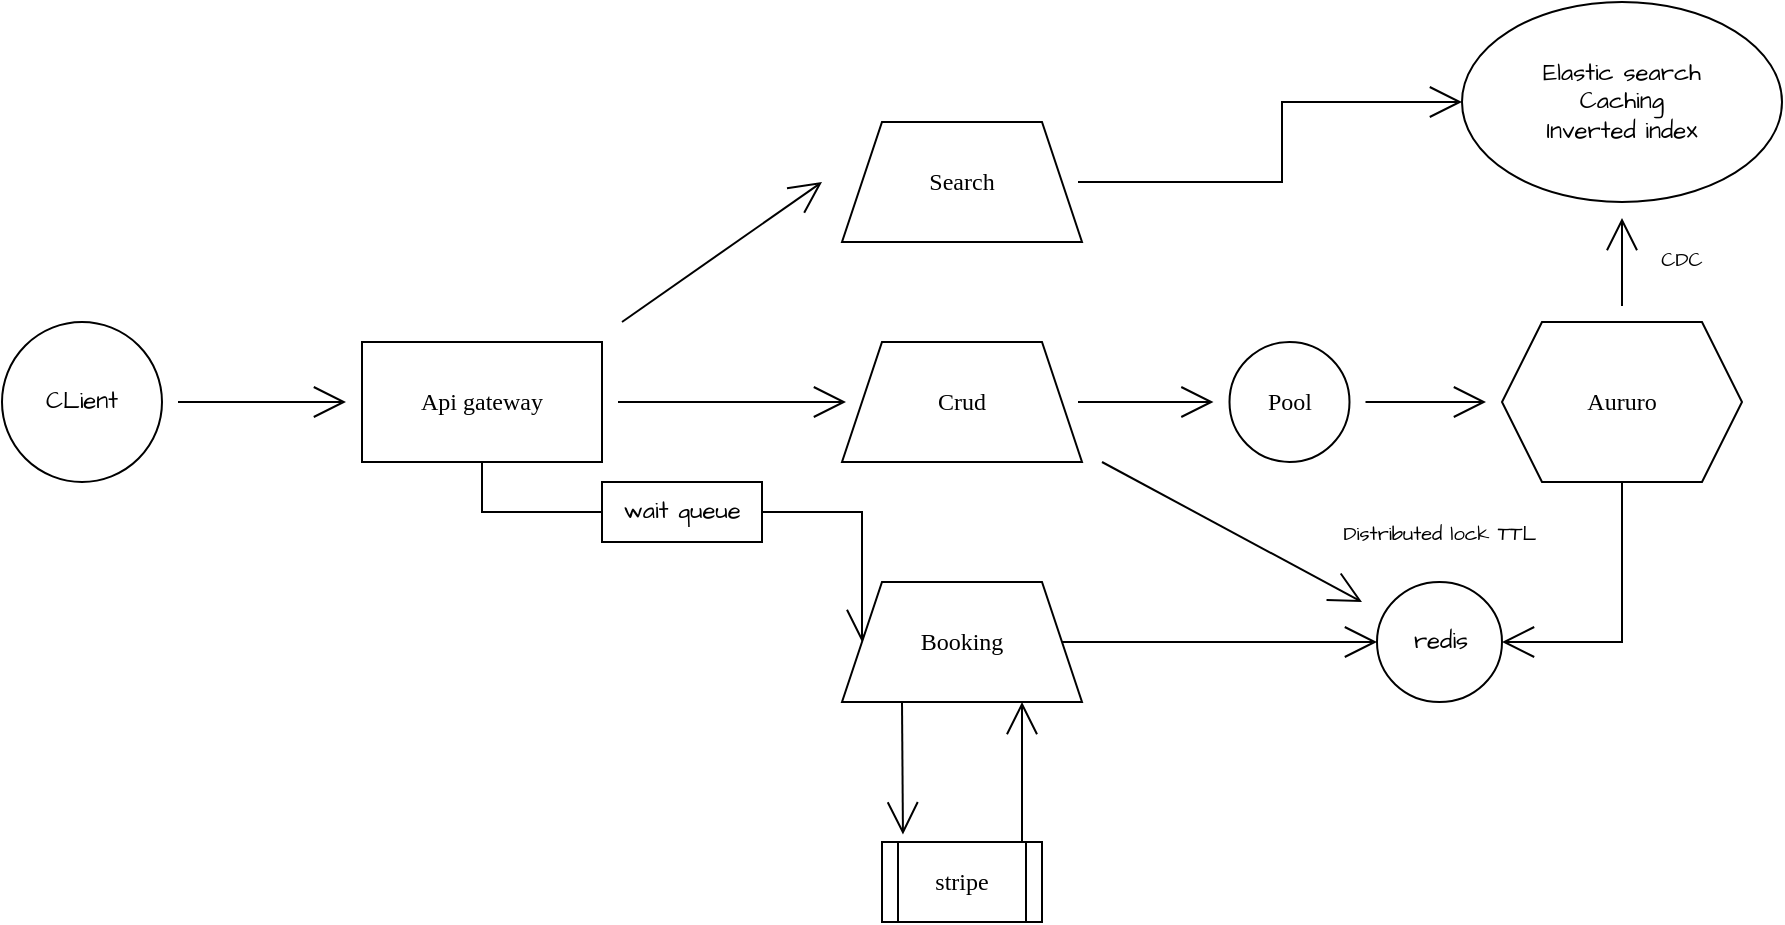
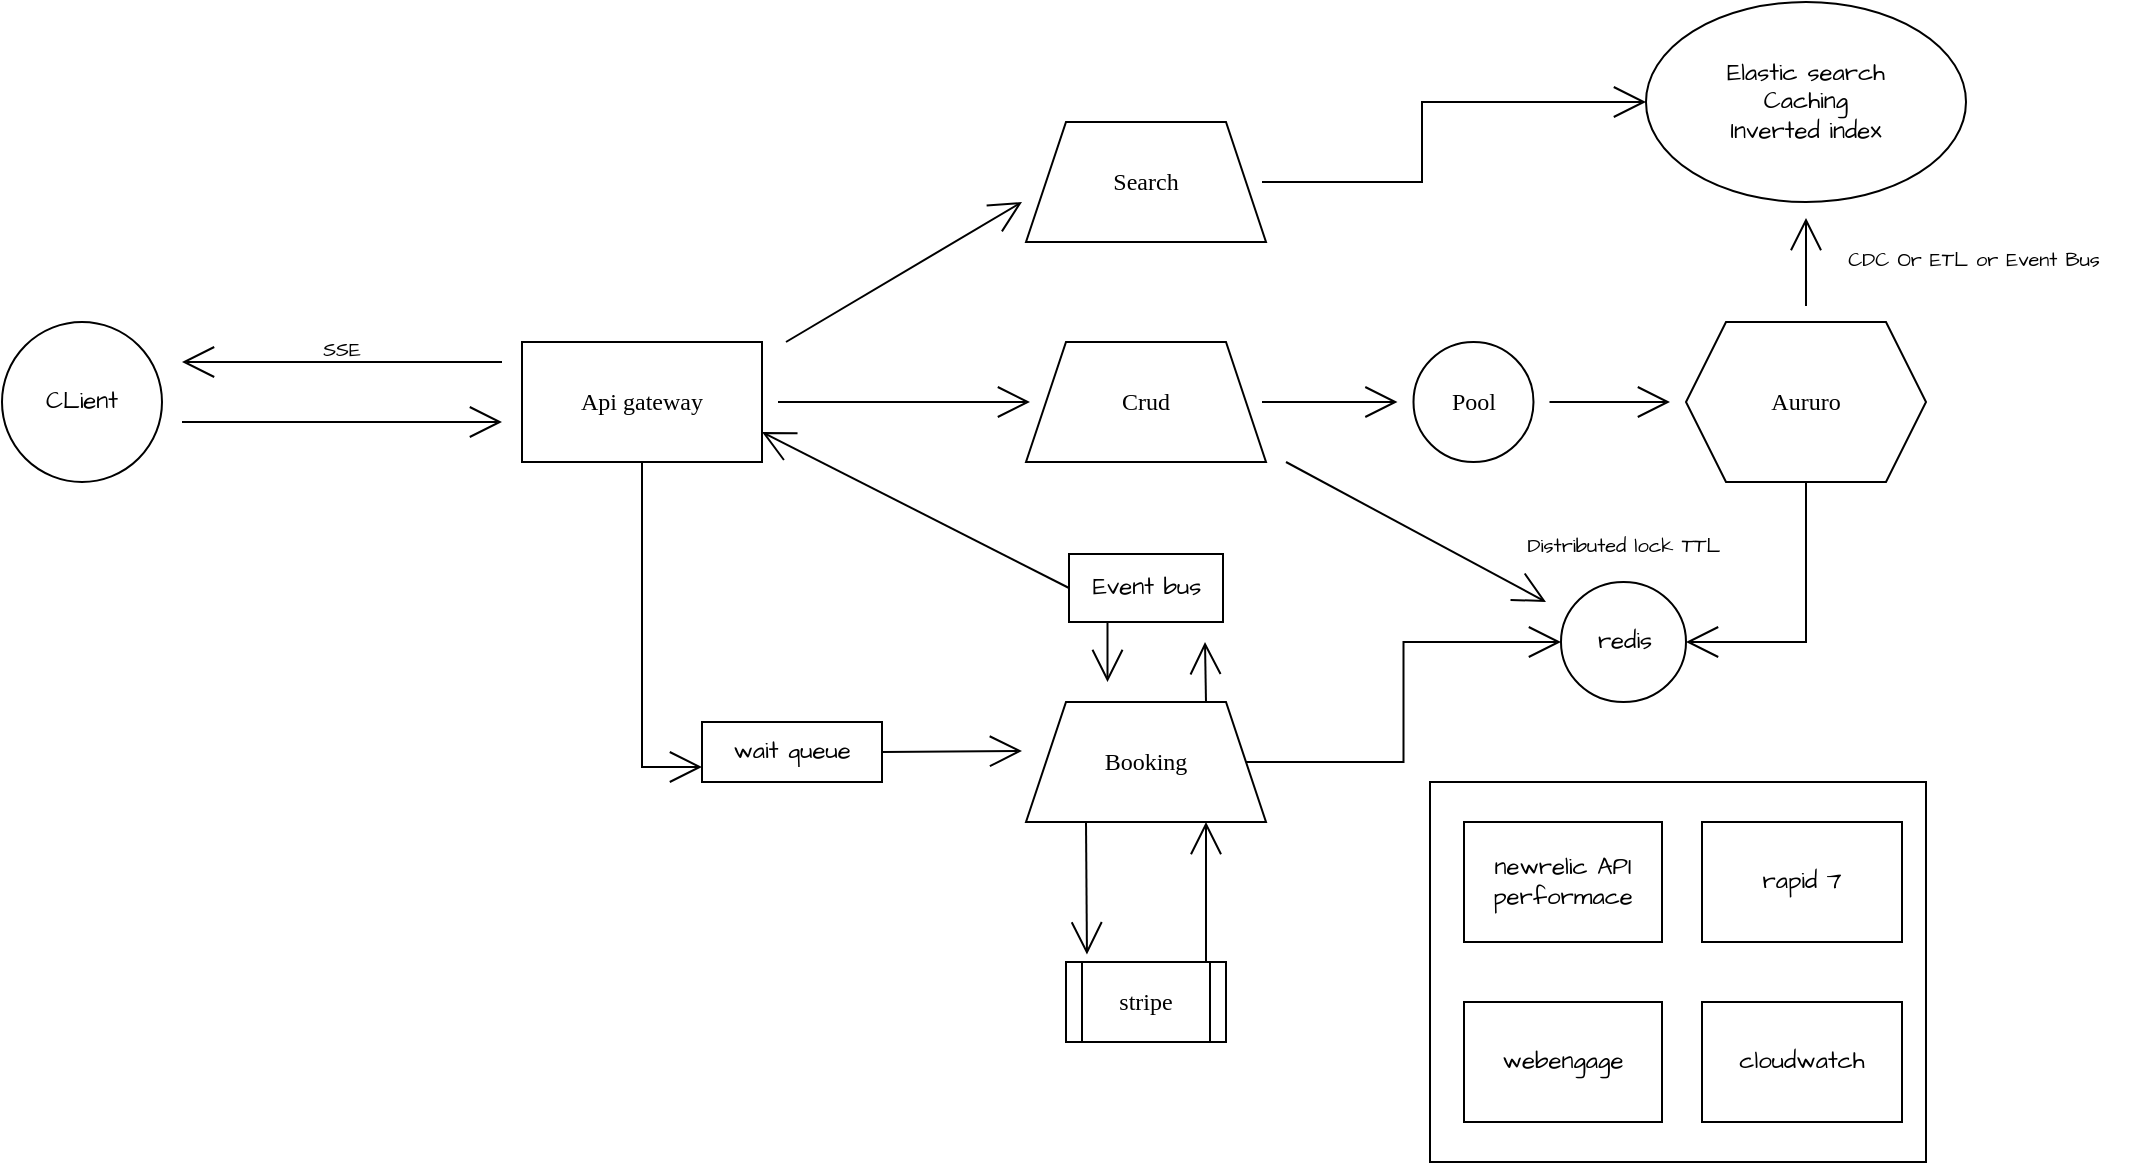
<mxfile host="app.diagrams.net" agent="5.0 (Windows NT 10.0; Win64; x64) AppleWebKit/537.36 (KHTML, like Gecko) Chrome/96.0.4664.93 Safari/537.36">
  <diagram id="Ht1M8jgEwFfnCIfOTk4-" name="Page-1">
    <mxGraphModel dx="1506" dy="688" grid="1" gridSize="10" guides="1" tooltips="1" connect="1" arrows="1" fold="1" page="1" pageScale="1" pageWidth="1169" pageHeight="827" math="0" shadow="0">
      <root>
        <mxCell id="0" />
        <mxCell id="1" parent="0" />
        <mxCell id="67bCBKCydI8KBQZZ1gRH-11" edge="1" parent="1" source="67bCBKCydI8KBQZZ1gRH-1" style="edgeStyle=none;curved=1;rounded=0;orthogonalLoop=1;jettySize=auto;html=1;fontFamily=Verdana;fontSize=16;startSize=14;endArrow=open;endSize=14;sourcePerimeterSpacing=8;targetPerimeterSpacing=8;" target="67bCBKCydI8KBQZZ1gRH-3" value="">
          <mxGeometry relative="1" as="geometry" />
        </mxCell>
-         <mxCell id="67bCBKCydI8KBQZZ1gRH-25" edge="1" parent="1" source="67bCBKCydI8KBQZZ1gRH-1" style="edgeStyle=orthogonalEdgeStyle;rounded=0;orthogonalLoop=1;jettySize=auto;html=1;exitX=0.5;exitY=1;exitDx=0;exitDy=0;entryX=0;entryY=0.5;entryDx=0;entryDy=0;fontFamily=Architects Daughter;fontSource=https%3A%2F%2Ffonts.googleapis.com%2Fcss%3Ffamily%3DArchitects%2BDaughter;fontSize=16;startSize=14;endArrow=open;endSize=14;sourcePerimeterSpacing=8;targetPerimeterSpacing=8;" target="67bCBKCydI8KBQZZ1gRH-4">
+         <mxCell id="67bCBKCydI8KBQZZ1gRH-68" edge="1" parent="1" source="67bCBKCydI8KBQZZ1gRH-1" style="edgeStyle=orthogonalEdgeStyle;rounded=0;orthogonalLoop=1;jettySize=auto;html=1;exitX=0.5;exitY=1;exitDx=0;exitDy=0;entryX=0;entryY=0.75;entryDx=0;entryDy=0;fontFamily=Architects Daughter;fontSource=https%3A%2F%2Ffonts.googleapis.com%2Fcss%3Ffamily%3DArchitects%2BDaughter;fontSize=16;startSize=14;endArrow=open;endSize=14;sourcePerimeterSpacing=8;targetPerimeterSpacing=8;" target="67bCBKCydI8KBQZZ1gRH-21">
          <mxGeometry relative="1" as="geometry" />
        </mxCell>
        <mxCell id="67bCBKCydI8KBQZZ1gRH-1" parent="1" style="rounded=0;whiteSpace=wrap;html=1;fontFamily=Verdana;" value="Api gateway" vertex="1">
-           <mxGeometry height="60" width="120" x="220" y="330" as="geometry" />
+           <mxGeometry height="60" width="120" x="330" y="330" as="geometry" />
        </mxCell>
        <mxCell id="67bCBKCydI8KBQZZ1gRH-30" edge="1" parent="1" source="67bCBKCydI8KBQZZ1gRH-2" style="edgeStyle=orthogonalEdgeStyle;rounded=0;orthogonalLoop=1;jettySize=auto;html=1;entryX=0;entryY=0.5;entryDx=0;entryDy=0;fontFamily=Architects Daughter;fontSource=https%3A%2F%2Ffonts.googleapis.com%2Fcss%3Ffamily%3DArchitects%2BDaughter;fontSize=16;startSize=14;endArrow=open;endSize=14;sourcePerimeterSpacing=8;targetPerimeterSpacing=8;" target="67bCBKCydI8KBQZZ1gRH-27">
          <mxGeometry relative="1" as="geometry">
            <Array as="points">
-               <mxPoint x="680" y="250" />
-               <mxPoint x="680" y="210" />
+               <mxPoint x="780" y="250" />
+               <mxPoint x="780" y="210" />
            </Array>
          </mxGeometry>
        </mxCell>
        <mxCell id="67bCBKCydI8KBQZZ1gRH-2" parent="1" style="shape=trapezoid;perimeter=trapezoidPerimeter;whiteSpace=wrap;html=1;fixedSize=1;fontFamily=Verdana;" value="Search" vertex="1">
-           <mxGeometry height="60" width="120" x="460" y="220" as="geometry" />
+           <mxGeometry height="60" width="120" x="582" y="220" as="geometry" />
        </mxCell>
        <mxCell id="67bCBKCydI8KBQZZ1gRH-14" edge="1" parent="1" source="67bCBKCydI8KBQZZ1gRH-15" style="edgeStyle=none;curved=1;rounded=0;orthogonalLoop=1;jettySize=auto;html=1;fontFamily=Verdana;fontSize=16;startSize=14;endArrow=open;endSize=14;sourcePerimeterSpacing=8;targetPerimeterSpacing=8;" target="67bCBKCydI8KBQZZ1gRH-13" value="">
          <mxGeometry relative="1" as="geometry" />
        </mxCell>
        <mxCell id="67bCBKCydI8KBQZZ1gRH-36" edge="1" parent="1" style="edgeStyle=none;curved=1;rounded=0;orthogonalLoop=1;jettySize=auto;html=1;fontFamily=Architects Daughter;fontSource=https%3A%2F%2Ffonts.googleapis.com%2Fcss%3Ffamily%3DArchitects%2BDaughter;fontSize=16;startSize=14;endArrow=open;endSize=14;sourcePerimeterSpacing=8;targetPerimeterSpacing=8;">
          <mxGeometry relative="1" as="geometry">
-             <mxPoint x="590" y="390" as="sourcePoint" />
-             <mxPoint x="720" y="460" as="targetPoint" />
+             <mxPoint x="712" y="390" as="sourcePoint" />
+             <mxPoint x="842" y="460" as="targetPoint" />
          </mxGeometry>
        </mxCell>
        <mxCell id="67bCBKCydI8KBQZZ1gRH-3" parent="1" style="shape=trapezoid;perimeter=trapezoidPerimeter;whiteSpace=wrap;html=1;fixedSize=1;fontFamily=Verdana;" value="Crud" vertex="1">
-           <mxGeometry height="60" width="120" x="460" y="330" as="geometry" />
+           <mxGeometry height="60" width="120" x="582" y="330" as="geometry" />
        </mxCell>
-         <mxCell id="67bCBKCydI8KBQZZ1gRH-38" edge="1" parent="1" source="67bCBKCydI8KBQZZ1gRH-4" style="edgeStyle=none;curved=1;rounded=0;orthogonalLoop=1;jettySize=auto;html=1;exitX=1;exitY=0.5;exitDx=0;exitDy=0;entryX=0;entryY=0.5;entryDx=0;entryDy=0;fontFamily=Architects Daughter;fontSource=https%3A%2F%2Ffonts.googleapis.com%2Fcss%3Ffamily%3DArchitects%2BDaughter;fontSize=16;startSize=14;endArrow=open;endSize=14;sourcePerimeterSpacing=8;targetPerimeterSpacing=8;" target="67bCBKCydI8KBQZZ1gRH-18">
+         <mxCell id="67bCBKCydI8KBQZZ1gRH-38" edge="1" parent="1" source="67bCBKCydI8KBQZZ1gRH-4" style="edgeStyle=orthogonalEdgeStyle;rounded=0;orthogonalLoop=1;jettySize=auto;html=1;exitX=1;exitY=0.5;exitDx=0;exitDy=0;entryX=0;entryY=0.5;entryDx=0;entryDy=0;fontFamily=Architects Daughter;fontSource=https%3A%2F%2Ffonts.googleapis.com%2Fcss%3Ffamily%3DArchitects%2BDaughter;fontSize=16;startSize=14;endArrow=open;endSize=14;sourcePerimeterSpacing=8;targetPerimeterSpacing=8;" target="67bCBKCydI8KBQZZ1gRH-18">
          <mxGeometry relative="1" as="geometry" />
        </mxCell>
+         <mxCell id="67bCBKCydI8KBQZZ1gRH-72" edge="1" parent="1" source="67bCBKCydI8KBQZZ1gRH-4" style="edgeStyle=none;curved=1;rounded=0;orthogonalLoop=1;jettySize=auto;html=1;exitX=0.75;exitY=0;exitDx=0;exitDy=0;fontFamily=Architects Daughter;fontSource=https%3A%2F%2Ffonts.googleapis.com%2Fcss%3Ffamily%3DArchitects%2BDaughter;fontSize=16;startSize=14;endArrow=open;endSize=14;sourcePerimeterSpacing=8;targetPerimeterSpacing=8;">
+           <mxGeometry relative="1" as="geometry">
+             <mxPoint x="671.5" y="480" as="targetPoint" />
+           </mxGeometry>
+         </mxCell>
        <mxCell id="67bCBKCydI8KBQZZ1gRH-4" parent="1" style="shape=trapezoid;perimeter=trapezoidPerimeter;whiteSpace=wrap;html=1;fixedSize=1;fontFamily=Verdana;" value="Booking" vertex="1">
-           <mxGeometry height="60" width="120" x="460" y="450" as="geometry" />
+           <mxGeometry height="60" width="120" x="582" y="510" as="geometry" />
        </mxCell>
        <mxCell id="67bCBKCydI8KBQZZ1gRH-5" parent="1" style="shape=process;whiteSpace=wrap;html=1;backgroundOutline=1;fontFamily=Verdana;" value="stripe" vertex="1">
-           <mxGeometry height="40" width="80" x="480" y="580" as="geometry" />
+           <mxGeometry height="40" width="80" x="602" y="640" as="geometry" />
        </mxCell>
        <mxCell id="67bCBKCydI8KBQZZ1gRH-7" edge="1" parent="1" source="67bCBKCydI8KBQZZ1gRH-4" style="edgeStyle=none;curved=1;rounded=0;orthogonalLoop=1;jettySize=auto;html=1;exitX=0.25;exitY=1;exitDx=0;exitDy=0;entryX=0.131;entryY=-0.095;entryDx=0;entryDy=0;entryPerimeter=0;fontFamily=Verdana;fontSize=16;startSize=14;endArrow=open;endSize=14;sourcePerimeterSpacing=8;targetPerimeterSpacing=8;" target="67bCBKCydI8KBQZZ1gRH-5">
          <mxGeometry relative="1" as="geometry" />
        </mxCell>
        <mxCell id="67bCBKCydI8KBQZZ1gRH-8" edge="1" parent="1" style="edgeStyle=none;curved=1;rounded=0;orthogonalLoop=1;jettySize=auto;html=1;entryX=0.75;entryY=1;entryDx=0;entryDy=0;fontFamily=Verdana;fontSize=16;startSize=14;endArrow=open;endSize=14;sourcePerimeterSpacing=8;targetPerimeterSpacing=8;" target="67bCBKCydI8KBQZZ1gRH-4">
          <mxGeometry relative="1" as="geometry">
-             <mxPoint x="550" y="580" as="sourcePoint" />
+             <mxPoint x="672" y="640" as="sourcePoint" />
          </mxGeometry>
        </mxCell>
        <mxCell id="67bCBKCydI8KBQZZ1gRH-28" edge="1" parent="1" source="67bCBKCydI8KBQZZ1gRH-13" style="edgeStyle=none;curved=1;rounded=0;orthogonalLoop=1;jettySize=auto;html=1;fontFamily=Architects Daughter;fontSource=https%3A%2F%2Ffonts.googleapis.com%2Fcss%3Ffamily%3DArchitects%2BDaughter;fontSize=16;startSize=14;endArrow=open;endSize=14;sourcePerimeterSpacing=8;targetPerimeterSpacing=8;" target="67bCBKCydI8KBQZZ1gRH-27" value="">
          <mxGeometry relative="1" as="geometry" />
        </mxCell>
        <mxCell id="67bCBKCydI8KBQZZ1gRH-35" edge="1" parent="1" source="67bCBKCydI8KBQZZ1gRH-13" style="edgeStyle=orthogonalEdgeStyle;rounded=0;orthogonalLoop=1;jettySize=auto;html=1;exitX=0.5;exitY=1;exitDx=0;exitDy=0;entryX=1;entryY=0.5;entryDx=0;entryDy=0;fontFamily=Architects Daughter;fontSource=https%3A%2F%2Ffonts.googleapis.com%2Fcss%3Ffamily%3DArchitects%2BDaughter;fontSize=16;startSize=14;endArrow=open;endSize=14;sourcePerimeterSpacing=8;targetPerimeterSpacing=8;" target="67bCBKCydI8KBQZZ1gRH-18">
          <mxGeometry relative="1" as="geometry" />
        </mxCell>
        <mxCell id="67bCBKCydI8KBQZZ1gRH-13" parent="1" style="shape=hexagon;perimeter=hexagonPerimeter2;whiteSpace=wrap;html=1;fixedSize=1;fontFamily=Verdana;" value="Aururo" vertex="1">
-           <mxGeometry height="80" width="120" x="790" y="320" as="geometry" />
+           <mxGeometry height="80" width="120" x="912" y="320" as="geometry" />
        </mxCell>
        <mxCell id="67bCBKCydI8KBQZZ1gRH-16" edge="1" parent="1" source="67bCBKCydI8KBQZZ1gRH-3" style="edgeStyle=none;curved=1;rounded=0;orthogonalLoop=1;jettySize=auto;html=1;fontFamily=Verdana;fontSize=16;startSize=14;endArrow=open;endSize=14;sourcePerimeterSpacing=8;targetPerimeterSpacing=8;" target="67bCBKCydI8KBQZZ1gRH-15" value="">
          <mxGeometry relative="1" as="geometry">
-             <mxPoint x="578" y="360" as="sourcePoint" />
-             <mxPoint x="782" y="360" as="targetPoint" />
+             <mxPoint x="700" y="360" as="sourcePoint" />
+             <mxPoint x="904" y="360" as="targetPoint" />
          </mxGeometry>
        </mxCell>
        <mxCell id="67bCBKCydI8KBQZZ1gRH-15" parent="1" style="ellipse;whiteSpace=wrap;html=1;fontFamily=Verdana;" value="Pool" vertex="1">
-           <mxGeometry height="60" width="60" x="653.75" y="330" as="geometry" />
+           <mxGeometry height="60" width="60" x="775.75" y="330" as="geometry" />
        </mxCell>
        <mxCell id="67bCBKCydI8KBQZZ1gRH-18" parent="1" style="ellipse;whiteSpace=wrap;html=1;fontFamily=Architects Daughter;fontSource=https%3A%2F%2Ffonts.googleapis.com%2Fcss%3Ffamily%3DArchitects%2BDaughter;" value="redis" vertex="1">
-           <mxGeometry height="60" width="62.5" x="727.5" y="450" as="geometry" />
+           <mxGeometry height="60" width="62.5" x="849.5" y="450" as="geometry" />
        </mxCell>
        <mxCell id="67bCBKCydI8KBQZZ1gRH-20" parent="1" style="text;html=1;whiteSpace=wrap;strokeColor=none;fillColor=none;align=center;verticalAlign=middle;rounded=0;fontSize=20;fontFamily=Architects Daughter;fontSource=https%3A%2F%2Ffonts.googleapis.com%2Fcss%3Ffamily%3DArchitects%2BDaughter;" value="&lt;font style=&quot;font-size: 10px;&quot;&gt;Distributed lock TTL&lt;/font&gt;" vertex="1">
-           <mxGeometry height="16" width="116.25" x="700.63" y="414" as="geometry" />
+           <mxGeometry height="16" width="116.25" x="822.62" y="420" as="geometry" />
+         </mxCell>
+         <mxCell id="67bCBKCydI8KBQZZ1gRH-69" edge="1" parent="1" source="67bCBKCydI8KBQZZ1gRH-21" style="edgeStyle=none;curved=1;rounded=0;orthogonalLoop=1;jettySize=auto;html=1;exitX=1;exitY=0.5;exitDx=0;exitDy=0;fontFamily=Architects Daughter;fontSource=https%3A%2F%2Ffonts.googleapis.com%2Fcss%3Ffamily%3DArchitects%2BDaughter;fontSize=16;startSize=14;endArrow=open;endSize=14;sourcePerimeterSpacing=8;targetPerimeterSpacing=8;">
+           <mxGeometry relative="1" as="geometry">
+             <mxPoint x="580" y="534.5" as="targetPoint" />
+           </mxGeometry>
        </mxCell>
        <mxCell id="67bCBKCydI8KBQZZ1gRH-21" parent="1" style="rounded=0;whiteSpace=wrap;html=1;fontFamily=Architects Daughter;fontSource=https%3A%2F%2Ffonts.googleapis.com%2Fcss%3Ffamily%3DArchitects%2BDaughter;" value="wait queue" vertex="1">
-           <mxGeometry height="30" width="80" x="340" y="400" as="geometry" />
+           <mxGeometry height="30" width="90" x="420" y="520" as="geometry" />
        </mxCell>
        <mxCell id="67bCBKCydI8KBQZZ1gRH-27" parent="1" style="ellipse;whiteSpace=wrap;html=1;fontFamily=Architects Daughter;fontSource=https%3A%2F%2Ffonts.googleapis.com%2Fcss%3Ffamily%3DArchitects%2BDaughter;" value="Elastic search&lt;br&gt;Caching&lt;br&gt;Inverted index" vertex="1">
-           <mxGeometry height="100" width="160" x="770" y="160" as="geometry" />
+           <mxGeometry height="100" width="160" x="892" y="160" as="geometry" />
        </mxCell>
-         <mxCell id="67bCBKCydI8KBQZZ1gRH-29" parent="1" style="text;html=1;whiteSpace=wrap;strokeColor=none;fillColor=none;align=center;verticalAlign=middle;rounded=0;fontSize=20;fontFamily=Architects Daughter;fontSource=https%3A%2F%2Ffonts.googleapis.com%2Fcss%3Ffamily%3DArchitects%2BDaughter;" value="&lt;font style=&quot;font-size: 10px;&quot;&gt;CDC&lt;/font&gt;" vertex="1">
-           <mxGeometry height="30" width="60" x="850" y="270" as="geometry" />
+         <mxCell id="67bCBKCydI8KBQZZ1gRH-29" parent="1" style="text;html=1;whiteSpace=wrap;strokeColor=none;fillColor=none;align=center;verticalAlign=middle;rounded=0;fontSize=20;fontFamily=Architects Daughter;fontSource=https%3A%2F%2Ffonts.googleapis.com%2Fcss%3Ffamily%3DArchitects%2BDaughter;" value="&lt;font style=&quot;font-size: 10px;&quot;&gt;CDC Or ETL or Event Bus&lt;/font&gt;" vertex="1">
+           <mxGeometry height="30" width="168" x="972" y="270" as="geometry" />
        </mxCell>
        <mxCell id="67bCBKCydI8KBQZZ1gRH-34" edge="1" parent="1" style="edgeStyle=none;curved=1;rounded=0;orthogonalLoop=1;jettySize=auto;html=1;fontFamily=Verdana;fontSize=16;startSize=14;endArrow=open;endSize=14;sourcePerimeterSpacing=8;targetPerimeterSpacing=8;" value="">
          <mxGeometry relative="1" as="geometry">
-             <mxPoint x="350" y="320" as="sourcePoint" />
-             <mxPoint x="450" y="250" as="targetPoint" />
+             <mxPoint x="462" y="330" as="sourcePoint" />
+             <mxPoint x="580" y="260" as="targetPoint" />
          </mxGeometry>
        </mxCell>
-         <mxCell id="67bCBKCydI8KBQZZ1gRH-40" edge="1" parent="1" source="67bCBKCydI8KBQZZ1gRH-39" style="edgeStyle=none;curved=1;rounded=0;orthogonalLoop=1;jettySize=auto;html=1;fontFamily=Architects Daughter;fontSource=https%3A%2F%2Ffonts.googleapis.com%2Fcss%3Ffamily%3DArchitects%2BDaughter;fontSize=16;startSize=14;endArrow=open;endSize=14;sourcePerimeterSpacing=8;targetPerimeterSpacing=8;" target="67bCBKCydI8KBQZZ1gRH-1" value="">
+         <mxCell id="67bCBKCydI8KBQZZ1gRH-39" parent="1" style="ellipse;whiteSpace=wrap;html=1;fontFamily=Architects Daughter;fontSource=https%3A%2F%2Ffonts.googleapis.com%2Fcss%3Ffamily%3DArchitects%2BDaughter;" value="CLient" vertex="1">
+           <mxGeometry height="80" width="80" x="70" y="320" as="geometry" />
+         </mxCell>
+         <mxCell id="67bCBKCydI8KBQZZ1gRH-46" edge="1" parent="1" style="edgeStyle=none;orthogonalLoop=1;jettySize=auto;html=1;rounded=0;fontFamily=Architects Daughter;fontSource=https%3A%2F%2Ffonts.googleapis.com%2Fcss%3Ffamily%3DArchitects%2BDaughter;fontSize=16;startSize=14;endArrow=open;endSize=14;sourcePerimeterSpacing=8;targetPerimeterSpacing=8;curved=1;" value="">
+           <mxGeometry relative="1" width="140" as="geometry">
+             <Array as="points" />
+             <mxPoint x="160" y="370" as="sourcePoint" />
+             <mxPoint x="320" y="370" as="targetPoint" />
+           </mxGeometry>
+         </mxCell>
+         <mxCell id="67bCBKCydI8KBQZZ1gRH-47" edge="1" parent="1" style="edgeStyle=none;orthogonalLoop=1;jettySize=auto;html=1;rounded=0;fontFamily=Architects Daughter;fontSource=https%3A%2F%2Ffonts.googleapis.com%2Fcss%3Ffamily%3DArchitects%2BDaughter;fontSize=16;startSize=14;endArrow=open;endSize=14;sourcePerimeterSpacing=8;targetPerimeterSpacing=8;curved=1;" value="">
+           <mxGeometry relative="1" width="140" as="geometry">
+             <Array as="points" />
+             <mxPoint x="320" y="340" as="sourcePoint" />
+             <mxPoint x="160" y="340" as="targetPoint" />
+           </mxGeometry>
+         </mxCell>
+         <mxCell id="67bCBKCydI8KBQZZ1gRH-48" parent="1" style="text;html=1;whiteSpace=wrap;strokeColor=none;fillColor=none;align=center;verticalAlign=middle;rounded=0;fontSize=20;fontFamily=Architects Daughter;fontSource=https%3A%2F%2Ffonts.googleapis.com%2Fcss%3Ffamily%3DArchitects%2BDaughter;" value="&lt;font style=&quot;font-size: 10px;&quot;&gt;SSE&lt;/font&gt;" vertex="1">
+           <mxGeometry height="20" width="40" x="220" y="320" as="geometry" />
+         </mxCell>
+         <mxCell id="67bCBKCydI8KBQZZ1gRH-61" parent="1" style="rounded=0;whiteSpace=wrap;html=1;fontFamily=Architects Daughter;fontSource=https%3A%2F%2Ffonts.googleapis.com%2Fcss%3Ffamily%3DArchitects%2BDaughter;" value="" vertex="1">
+           <mxGeometry height="190" width="248" x="784" y="550" as="geometry" />
+         </mxCell>
+         <mxCell id="67bCBKCydI8KBQZZ1gRH-62" parent="1" style="rounded=0;whiteSpace=wrap;html=1;fontFamily=Architects Daughter;fontSource=https%3A%2F%2Ffonts.googleapis.com%2Fcss%3Ffamily%3DArchitects%2BDaughter;" value="newrelic API performace" vertex="1">
+           <mxGeometry height="60" width="99" x="801" y="570" as="geometry" />
+         </mxCell>
+         <mxCell id="67bCBKCydI8KBQZZ1gRH-64" parent="1" style="rounded=0;whiteSpace=wrap;html=1;fontFamily=Architects Daughter;fontSource=https%3A%2F%2Ffonts.googleapis.com%2Fcss%3Ffamily%3DArchitects%2BDaughter;" value="rapid 7" vertex="1">
+           <mxGeometry height="60" width="100" x="920" y="570" as="geometry" />
+         </mxCell>
+         <mxCell id="67bCBKCydI8KBQZZ1gRH-66" parent="1" style="rounded=0;whiteSpace=wrap;html=1;fontFamily=Architects Daughter;fontSource=https%3A%2F%2Ffonts.googleapis.com%2Fcss%3Ffamily%3DArchitects%2BDaughter;" value="webengage" vertex="1">
+           <mxGeometry height="60" width="99" x="801" y="660" as="geometry" />
+         </mxCell>
+         <mxCell id="67bCBKCydI8KBQZZ1gRH-67" parent="1" style="rounded=0;whiteSpace=wrap;html=1;fontFamily=Architects Daughter;fontSource=https%3A%2F%2Ffonts.googleapis.com%2Fcss%3Ffamily%3DArchitects%2BDaughter;" value="cloudwatch" vertex="1">
+           <mxGeometry height="60" width="100" x="920" y="660" as="geometry" />
+         </mxCell>
+         <mxCell id="67bCBKCydI8KBQZZ1gRH-71" edge="1" parent="1" source="67bCBKCydI8KBQZZ1gRH-70" style="edgeStyle=none;curved=1;rounded=0;orthogonalLoop=1;jettySize=auto;html=1;exitX=0.25;exitY=1;exitDx=0;exitDy=0;fontFamily=Architects Daughter;fontSource=https%3A%2F%2Ffonts.googleapis.com%2Fcss%3Ffamily%3DArchitects%2BDaughter;fontSize=16;startSize=14;endArrow=open;endSize=14;sourcePerimeterSpacing=8;targetPerimeterSpacing=8;">
+           <mxGeometry relative="1" as="geometry">
+             <mxPoint x="622.75" y="500" as="targetPoint" />
+           </mxGeometry>
+         </mxCell>
+         <mxCell id="67bCBKCydI8KBQZZ1gRH-73" edge="1" parent="1" source="67bCBKCydI8KBQZZ1gRH-70" style="edgeStyle=none;curved=1;rounded=0;orthogonalLoop=1;jettySize=auto;html=1;exitX=0;exitY=0.5;exitDx=0;exitDy=0;entryX=1;entryY=0.75;entryDx=0;entryDy=0;fontFamily=Architects Daughter;fontSource=https%3A%2F%2Ffonts.googleapis.com%2Fcss%3Ffamily%3DArchitects%2BDaughter;fontSize=16;startSize=14;endArrow=open;endSize=14;sourcePerimeterSpacing=8;targetPerimeterSpacing=8;" target="67bCBKCydI8KBQZZ1gRH-1">
          <mxGeometry relative="1" as="geometry" />
        </mxCell>
-         <mxCell id="67bCBKCydI8KBQZZ1gRH-39" parent="1" style="ellipse;whiteSpace=wrap;html=1;fontFamily=Architects Daughter;fontSource=https%3A%2F%2Ffonts.googleapis.com%2Fcss%3Ffamily%3DArchitects%2BDaughter;" value="CLient" vertex="1">
-           <mxGeometry height="80" width="80" x="40" y="320" as="geometry" />
+         <mxCell id="67bCBKCydI8KBQZZ1gRH-70" parent="1" style="rounded=0;whiteSpace=wrap;html=1;fontFamily=Architects Daughter;fontSource=https%3A%2F%2Ffonts.googleapis.com%2Fcss%3Ffamily%3DArchitects%2BDaughter;" value="Event bus" vertex="1">
+           <mxGeometry height="34" width="77" x="603.5" y="436" as="geometry" />
        </mxCell>
      </root>
    </mxGraphModel>
  </diagram>
</mxfile>
